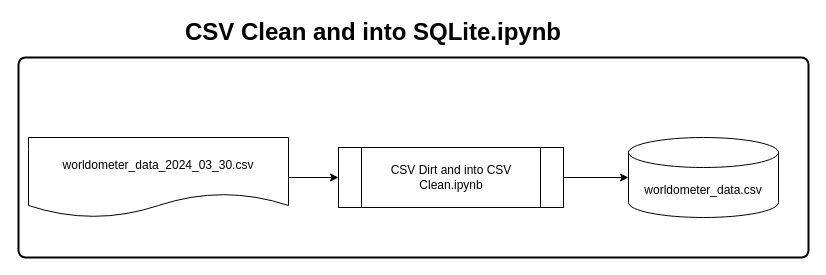
Before: page "CSV Dirt and into CSV Clean.ipynb" (1 of 2) of COVID lineage.drawio in jerryevalentine/UCB-Portfolio-COVID-19-Country-Death-Comparison, a draw.io diagram. Source tidied: cells renumbered, new cells numbered last; positions are measured from the earlier drawing's top-left corner, leaving out a move shared by most shapes. Both pictures are drawn from the tidied source at 100%, with x=0, y=0 at pixel (18, 17).
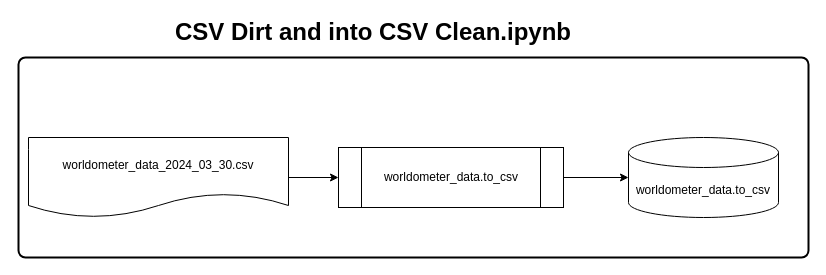
After the change.

What changed in the source:
```diff
@@
 <mxGraphModel>
   <root>
     <mxCell id="0" />
     <mxCell id="1" parent="0" />
     <mxCell id="2" style="rounded=1;whiteSpace=wrap;html=1;absoluteArcSize=1;arcSize=14;strokeWidth=2;" parent="1" vertex="1">
       <mxGeometry y="40" width="790" height="200" as="geometry" />
     </mxCell>
     <mxCell id="3" style="edgeStyle=orthogonalEdgeStyle;rounded=0;jettySize=auto;html=1;entryX=0;entryY=0.5;entryDx=0;entryDy=0;" parent="1" edge="1" source="4" target="6">
       <mxGeometry relative="1" as="geometry" />
     </mxCell>
     <mxCell id="4" value="worldometer_data_2024_03_30.csv" style="shape=document;whiteSpace=wrap;html=1;boundedLbl=1;" parent="1" vertex="1">
       <mxGeometry x="10" y="120" width="260" height="80" as="geometry" />
     </mxCell>
     <mxCell id="5" style="edgeStyle=orthogonalEdgeStyle;rounded=0;jettySize=auto;html=1;" parent="1" edge="1" source="6" target="7">
       <mxGeometry relative="1" as="geometry" />
     </mxCell>
-    <mxCell id="6" value="CSV Dirt and into CSV Clean.ipynb" style="shape=process;whiteSpace=wrap;html=1;backgroundOutline=1;" parent="1" vertex="1">
+    <mxCell id="6" value="worldometer_data.to_csv" style="shape=process;whiteSpace=wrap;html=1;backgroundOutline=1;" parent="1" vertex="1">
       <mxGeometry x="320" y="130" width="225" height="60" as="geometry" />
     </mxCell>
-    <mxCell id="7" value="worldometer_data.csv" style="shape=cylinder3;whiteSpace=wrap;html=1;boundedLbl=1;backgroundOutline=1;size=15;" parent="1" vertex="1">
+    <mxCell id="7" value="worldometer_data.to_csv" style="shape=cylinder3;whiteSpace=wrap;html=1;boundedLbl=1;backgroundOutline=1;size=15;" parent="1" vertex="1">
       <mxGeometry x="610" y="120" width="150" height="80" as="geometry" />
     </mxCell>
-    <mxCell id="8" value="&lt;font style=&quot;font-size: 24px;&quot;&gt;CSV Clean and into SQLite.ipynb&lt;/font&gt;" style="text;html=1;align=center;verticalAlign=middle;whiteSpace=wrap;rounded=0;fontStyle=1;" parent="1" vertex="1">
+    <mxCell id="8" value="&lt;font style=&quot;font-size: 24px;&quot;&gt;CSV Dirt and into CSV Clean.ipynb&lt;/font&gt;" style="text;html=1;align=center;verticalAlign=middle;whiteSpace=wrap;rounded=0;fontStyle=1;" parent="1" vertex="1">
       <mxGeometry x="10" width="690" height="30" as="geometry" />
     </mxCell>
   </root>
 </mxGraphModel>
```
